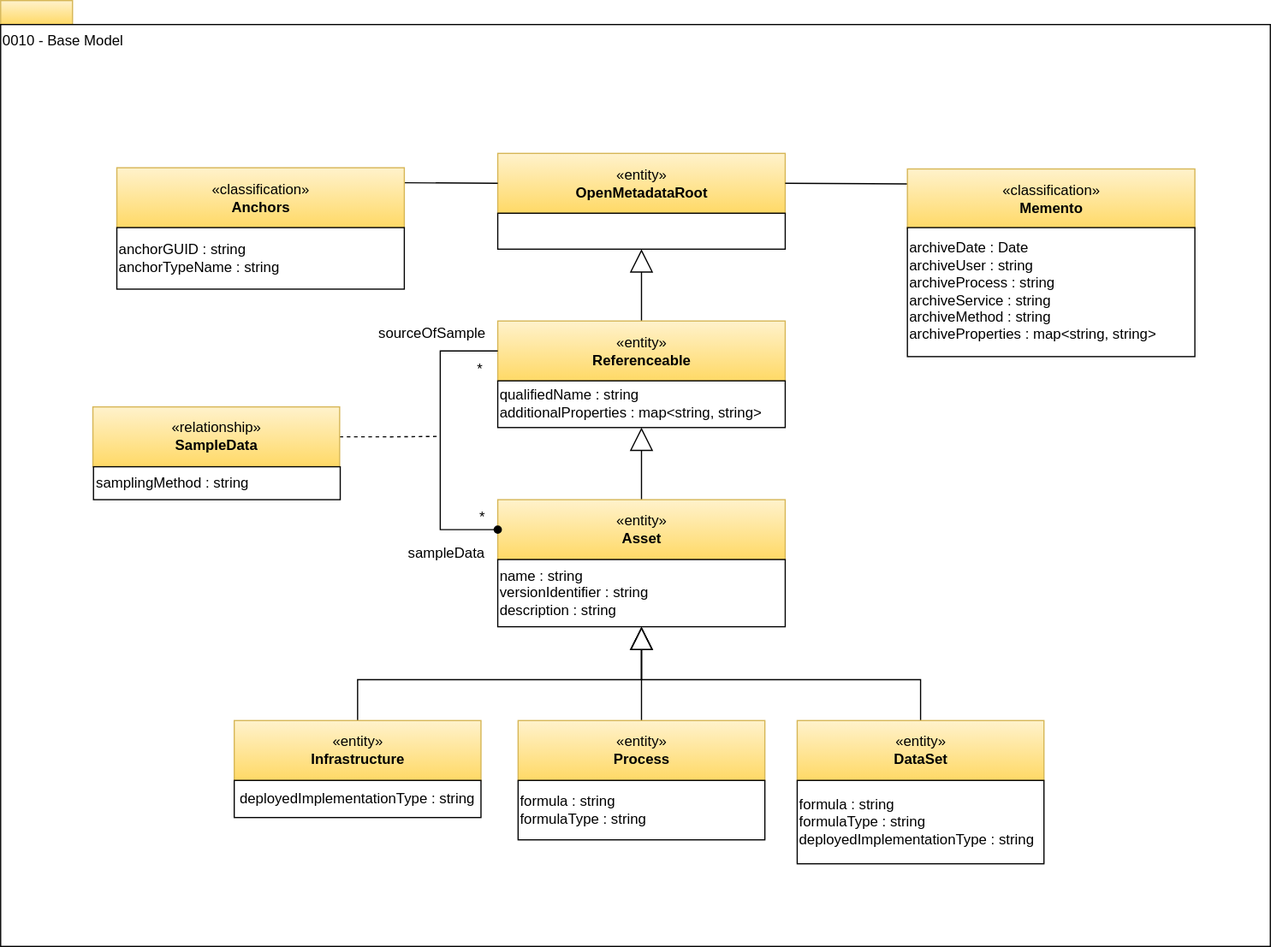
Before: site/docs/types/0/0010-Base-Model.svg, a diagram exported from draw.io (odpi/egeria-docs). Source tidied: cells renumbered, new cells last; positions are measured from the earlier drawing's top-left corner, leaving out a move shared by most shapes.
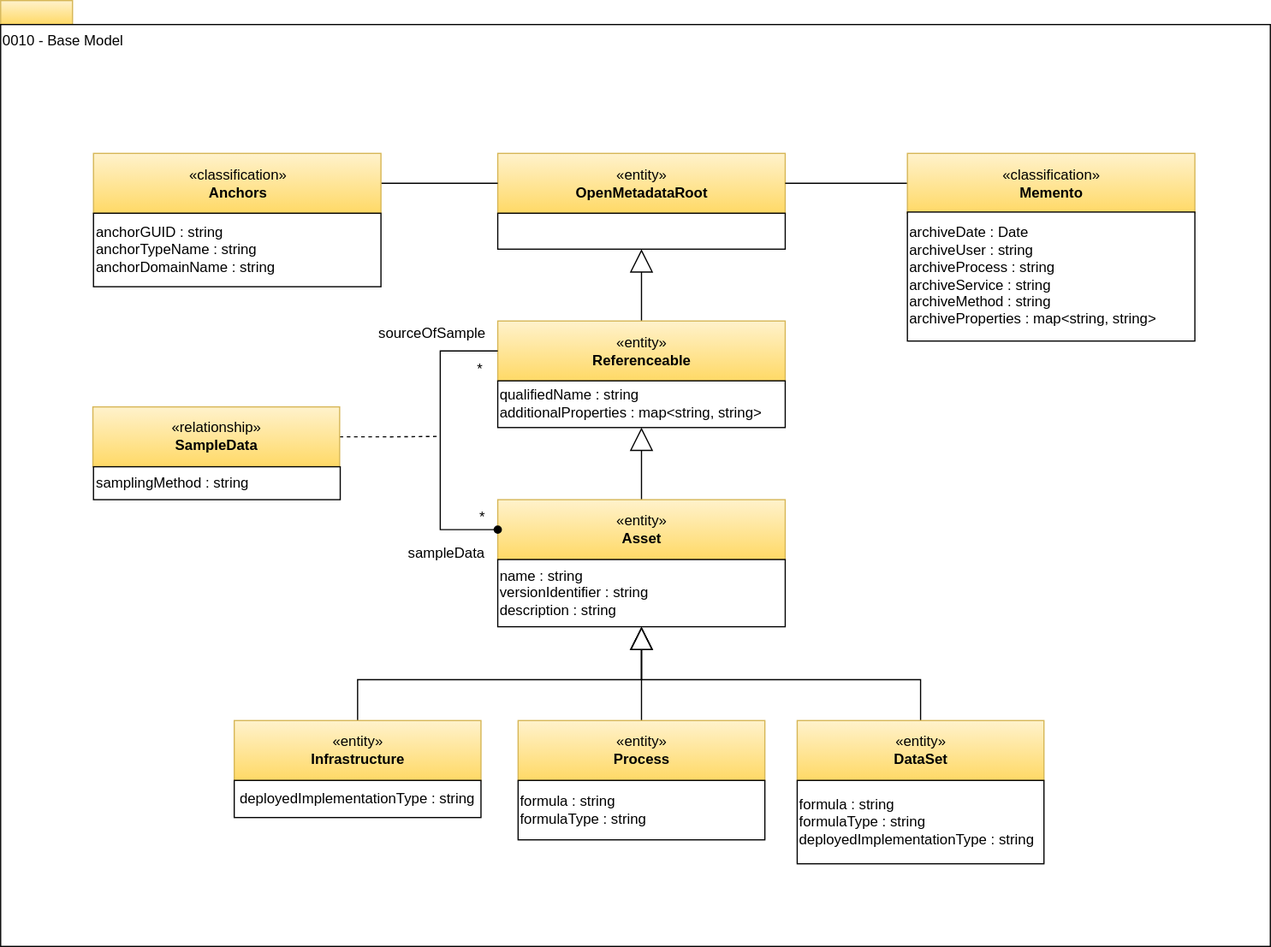
The same diagram one commit later.

Diff of the diagram source:
```diff
@@ -59,23 +59,23 @@
     <mxCell id="20" value="&lt;br&gt;&lt;div style=&quot;text-align: left&quot;&gt;&lt;/div&gt;" style="rounded=0;whiteSpace=wrap;html=1;strokeColor=#000000;gradientColor=#ffffff;align=left;" parent="1" vertex="1">
       <mxGeometry x="415" y="177.6" width="240" height="30" as="geometry" />
     </mxCell>
-    <mxCell id="21" style="edgeStyle=none;rounded=0;jettySize=auto;html=1;exitX=1;exitY=0.25;exitDx=0;exitDy=0;entryX=0;entryY=0.5;entryDx=0;entryDy=0;endArrow=none;endFill=0;" parent="1" edge="1" source="22" target="19">
+    <mxCell id="21" style="edgeStyle=none;rounded=0;jettySize=auto;html=1;exitX=1;exitY=0.5;exitDx=0;exitDy=0;entryX=0;entryY=0.5;entryDx=0;entryDy=0;endArrow=none;endFill=0;" parent="1" edge="1" source="22" target="19">
       <mxGeometry relative="1" as="geometry" />
     </mxCell>
     <mxCell id="22" value="«classification»&lt;br&gt;&lt;b&gt;Anchors&lt;/b&gt;" style="html=1;strokeColor=#d6b656;align=center;fillColor=#fff2cc;gradientColor=#ffd966;" parent="1" vertex="1">
-      <mxGeometry x="97" y="139.6" width="240" height="50" as="geometry" />
+      <mxGeometry x="77.5" y="127.6" width="240" height="50" as="geometry" />
     </mxCell>
-    <mxCell id="23" value="anchorGUID : string&lt;br&gt;anchorTypeName : string&lt;br&gt;&lt;div style=&quot;text-align: left&quot;&gt;&lt;/div&gt;" style="rounded=0;whiteSpace=wrap;html=1;strokeColor=#000000;gradientColor=#ffffff;align=left;" parent="1" vertex="1">
-      <mxGeometry x="97" y="189.6" width="240" height="51.4" as="geometry" />
+    <mxCell id="23" value="anchorGUID : string&lt;br&gt;anchorTypeName : string&lt;br&gt;&lt;div style=&quot;text-align: left&quot;&gt;&lt;/div&gt;&lt;div&gt;anchorDomainName : string&lt;/div&gt;" style="rounded=0;whiteSpace=wrap;html=1;strokeColor=#000000;gradientColor=#ffffff;align=left;" parent="1" vertex="1">
+      <mxGeometry x="77.5" y="177.6" width="240" height="61.4" as="geometry" />
     </mxCell>
-    <mxCell id="24" style="edgeStyle=none;rounded=0;jettySize=auto;html=1;exitX=0;exitY=0.25;exitDx=0;exitDy=0;entryX=1;entryY=0.5;entryDx=0;entryDy=0;endArrow=none;endFill=0;" parent="1" edge="1" source="25" target="19">
+    <mxCell id="24" style="edgeStyle=none;rounded=0;jettySize=auto;html=1;exitX=0;exitY=0.5;exitDx=0;exitDy=0;entryX=1;entryY=0.5;entryDx=0;entryDy=0;endArrow=none;endFill=0;" parent="1" edge="1" source="25" target="19">
       <mxGeometry relative="1" as="geometry" />
     </mxCell>
     <mxCell id="25" value="«classification»&lt;br&gt;&lt;b&gt;Memento&lt;/b&gt;" style="html=1;strokeColor=#d6b656;align=center;fillColor=#fff2cc;gradientColor=#ffd966;" parent="1" vertex="1">
-      <mxGeometry x="757" y="140.6" width="240" height="50" as="geometry" />
+      <mxGeometry x="757" y="127.6" width="240" height="50" as="geometry" />
     </mxCell>
     <mxCell id="26" value="archiveDate : Date&lt;br&gt;archiveUser : string&lt;br&gt;archiveProcess : string&lt;br&gt;archiveService : string&lt;br&gt;archiveMethod : string&lt;br&gt;archiveProperties : map&amp;lt;string, string&amp;gt;&lt;br&gt;&lt;div style=&quot;text-align: left&quot;&gt;&lt;/div&gt;" style="rounded=0;whiteSpace=wrap;html=1;strokeColor=#000000;gradientColor=#ffffff;align=left;" parent="1" vertex="1">
-      <mxGeometry x="757" y="189.6" width="240" height="107.8" as="geometry" />
+      <mxGeometry x="757" y="176.6" width="240" height="107.8" as="geometry" />
     </mxCell>
     <mxCell id="27" style="edgeStyle=orthogonalEdgeStyle;rounded=0;html=1;exitX=1;exitY=0.5;dashed=1;endArrow=none;endFill=0;jettySize=auto;exitDx=0;exitDy=0;" parent="1" edge="1" source="28">
       <mxGeometry relative="1" as="geometry">
```
